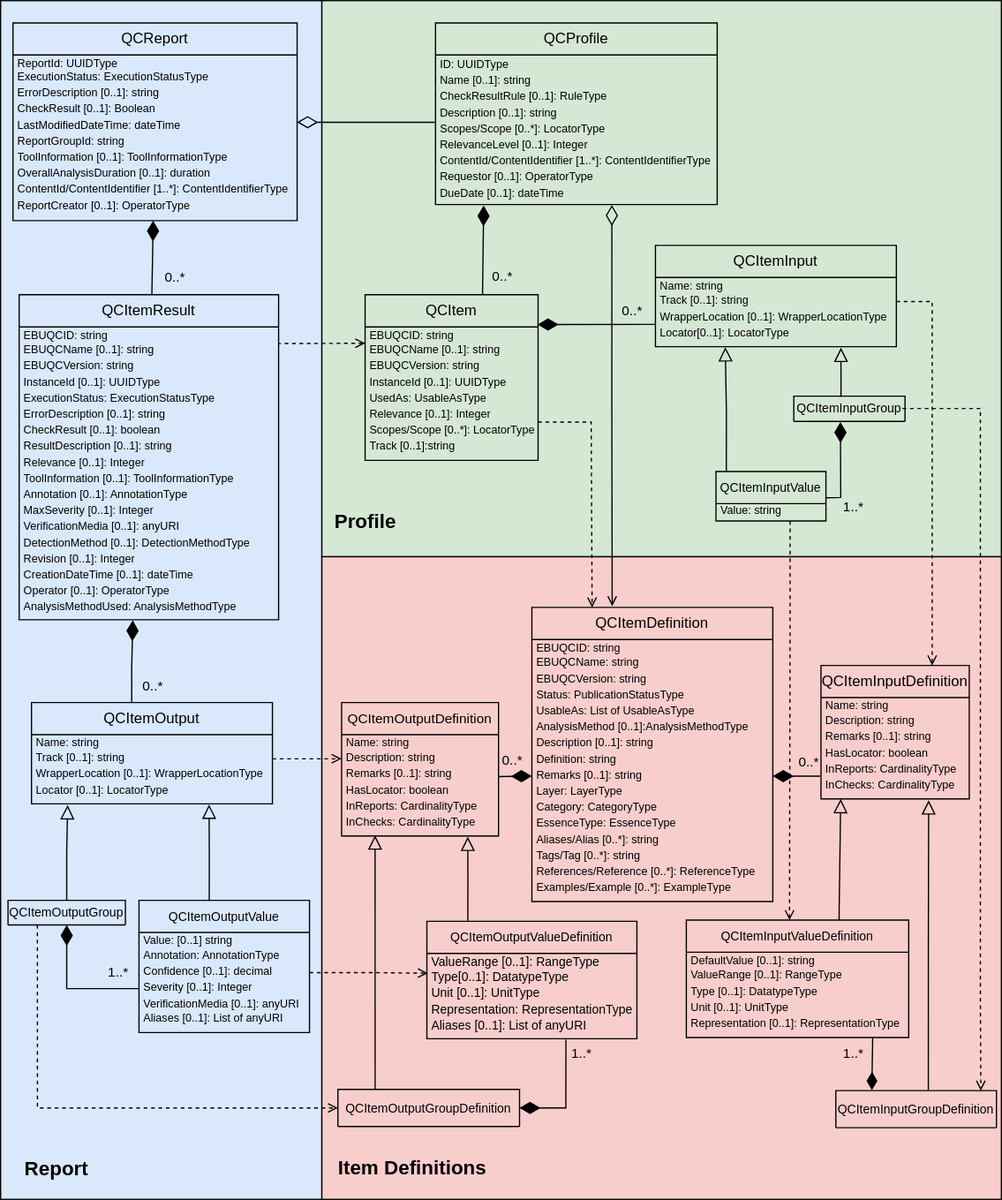
Above: qc-data-model/qc-data-model.uml_diagram.drawio.svg in ebu/qc (draw.io), before the change. Source tidied: cells renumbered, new cells last; positions are measured from the earlier drawing's top-left corner, leaving out a move shared by most shapes.
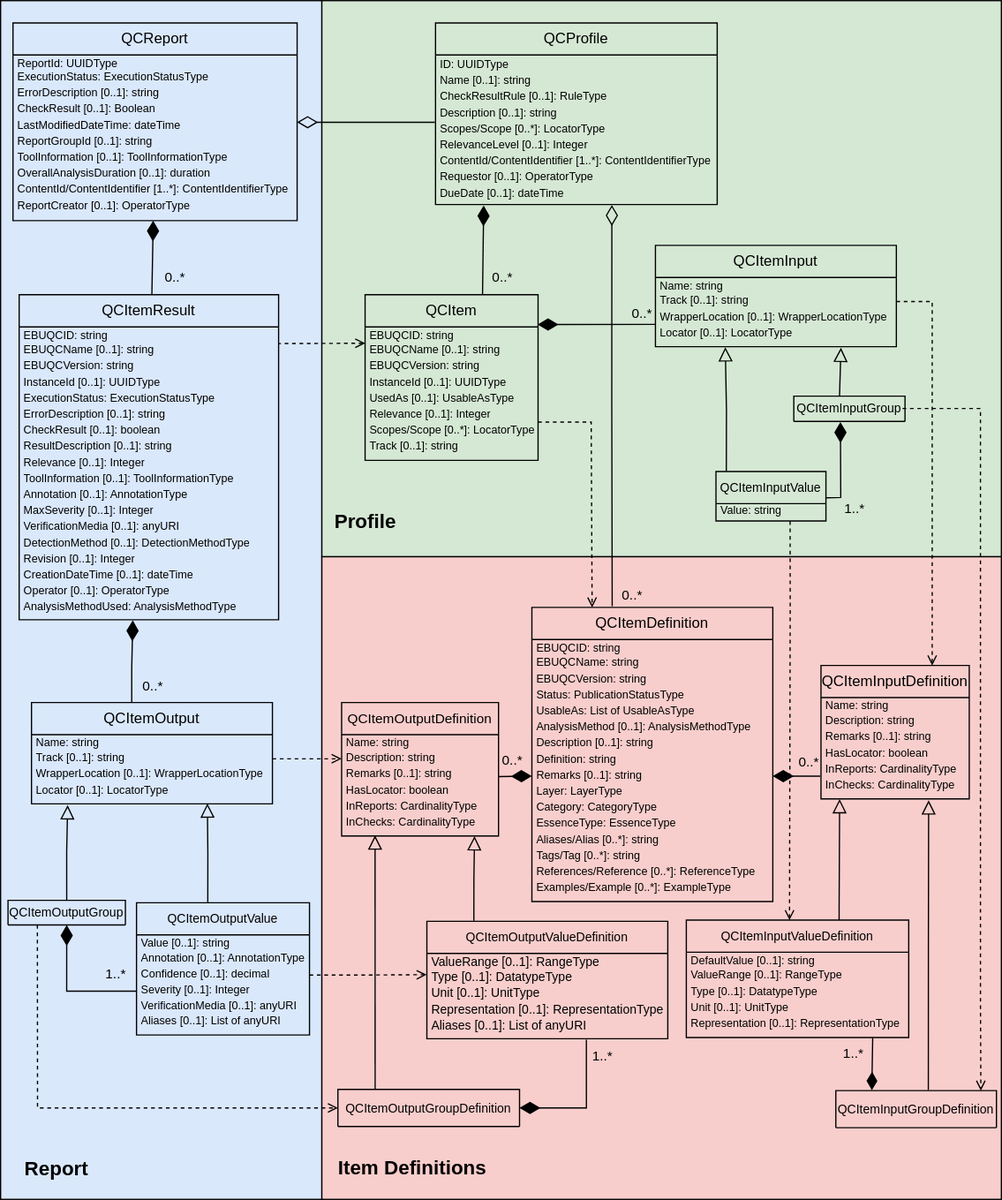
Above is the later version.

Commit message:
Data model: class diagram cardinality fixes & related

* Fix cardinalities in class diagram
* Explain that XML Schema defines simpleTypes beyond those defined in
  docx e.g. EBUQCVersionType

What changed in the source:
```diff
@@ -20,6 +20,9 @@
     <mxCell id="7" value="&lt;font style=&quot;font-size: 16px;&quot;&gt;&lt;b&gt;Profile&lt;/b&gt;&lt;/font&gt;" style="rounded=1;whiteSpace=wrap;html=1;spacing=2;imageWidth=19;strokeColor=none;fillColor=none;" parent="1" vertex="1">
       <mxGeometry x="261" y="406" width="69" height="30" as="geometry" />
     </mxCell>
+    <mxCell id="162" value="&lt;div&gt;0..*&lt;/div&gt;" style="edgeLabel;html=1;align=center;verticalAlign=middle;labelBackgroundColor=none;" parent="1" vertex="1">
+      <mxGeometry x="510" y="480" as="geometry" />
+    </mxCell>
     <mxCell id="8" value="Diagram" parent="0" />
     <mxCell id="9" value="&lt;div style=&quot;&quot;&gt;&lt;font style=&quot;font-size: 12px;&quot;&gt;QCProfile&lt;/font&gt;&lt;/div&gt;" style="swimlane;fontStyle=0;horizontal=1;startSize=26;fillColor=none;whiteSpace=wrap;html=1;fontSize=10;" parent="8" vertex="1">
       <mxGeometry x="352" y="18" width="228" height="147" as="geometry" />
@@ -69,7 +72,7 @@
     <mxCell id="24" value="LastModifiedDateTime: dateTime&lt;div style=&quot;font-size: 9px;&quot;&gt;&lt;br style=&quot;font-size: 9px;&quot;&gt;&lt;/div&gt;" style="text;strokeColor=none;fillColor=none;align=left;verticalAlign=top;spacingLeft=4;spacingRight=4;overflow=hidden;whiteSpace=wrap;html=1;fontSize=9;spacing=0;spacingBottom=0;spacingTop=-5;imageWidth=24;imageHeight=24;arcSize=12;rounded=0;textShadow=0;" parent="19" vertex="1">
       <mxGeometry y="78" width="230" height="13" as="geometry" />
     </mxCell>
-    <mxCell id="25" value="ReportGroupId: string&lt;div style=&quot;font-size: 9px;&quot;&gt;&lt;br style=&quot;font-size: 9px;&quot;&gt;&lt;/div&gt;" style="text;strokeColor=none;fillColor=none;align=left;verticalAlign=top;spacingLeft=4;spacingRight=4;overflow=hidden;whiteSpace=wrap;html=1;fontSize=9;spacing=0;spacingBottom=0;spacingTop=-5;imageWidth=24;imageHeight=24;arcSize=12;rounded=0;textShadow=0;" parent="19" vertex="1">
+    <mxCell id="25" value="ReportGroupId [0..1]: string&lt;div style=&quot;font-size: 9px;&quot;&gt;&lt;br style=&quot;font-size: 9px;&quot;&gt;&lt;/div&gt;" style="text;strokeColor=none;fillColor=none;align=left;verticalAlign=top;spacingLeft=4;spacingRight=4;overflow=hidden;whiteSpace=wrap;html=1;fontSize=9;spacing=0;spacingBottom=0;spacingTop=-5;imageWidth=24;imageHeight=24;arcSize=12;rounded=0;textShadow=0;" parent="19" vertex="1">
       <mxGeometry y="91" width="230" height="13" as="geometry" />
     </mxCell>
     <mxCell id="26" value="ToolInformation [0..1]: ToolInformationType&lt;div style=&quot;font-size: 9px;&quot;&gt;&lt;br style=&quot;font-size: 9px;&quot;&gt;&lt;/div&gt;" style="text;strokeColor=none;fillColor=none;align=left;verticalAlign=top;spacingLeft=4;spacingRight=4;overflow=hidden;whiteSpace=wrap;html=1;fontSize=9;spacing=0;spacingBottom=0;spacingTop=-5;imageWidth=24;imageHeight=24;arcSize=12;rounded=0;textShadow=0;" parent="19" vertex="1">
@@ -99,7 +102,7 @@
     <mxCell id="34" value="InstanceId [0..1]: UUIDType" style="text;strokeColor=none;fillColor=none;align=left;verticalAlign=top;spacingLeft=4;spacingRight=4;overflow=hidden;whiteSpace=wrap;html=1;fontSize=9;spacing=0;spacingTop=-4;" parent="30" vertex="1">
       <mxGeometry y="65" width="140" height="13" as="geometry" />
     </mxCell>
-    <mxCell id="35" value="UsedAs: UsableAsType" style="text;strokeColor=none;fillColor=none;align=left;verticalAlign=top;spacingLeft=4;spacingRight=4;overflow=hidden;whiteSpace=wrap;html=1;fontSize=9;spacing=0;spacingTop=-4;" parent="30" vertex="1">
+    <mxCell id="35" value="UsedAs [0..1]: UsableAsType" style="text;strokeColor=none;fillColor=none;align=left;verticalAlign=top;spacingLeft=4;spacingRight=4;overflow=hidden;whiteSpace=wrap;html=1;fontSize=9;spacing=0;spacingTop=-4;" parent="30" vertex="1">
       <mxGeometry y="78" width="140" height="13" as="geometry" />
     </mxCell>
     <mxCell id="36" value="Relevance [0..1]: Integer" style="text;strokeColor=none;fillColor=none;align=left;verticalAlign=top;spacingLeft=4;spacingRight=4;overflow=hidden;whiteSpace=wrap;html=1;fontSize=9;spacing=0;spacingTop=-4;" parent="30" vertex="1">
@@ -108,7 +111,7 @@
     <mxCell id="37" value="Scopes/Scope [0..*]: LocatorType" style="text;strokeColor=none;fillColor=none;align=left;verticalAlign=top;spacingLeft=4;spacingRight=4;overflow=hidden;whiteSpace=wrap;html=1;fontSize=9;spacing=0;spacingTop=-4;" parent="30" vertex="1">
       <mxGeometry y="104" width="140" height="13" as="geometry" />
     </mxCell>
-    <mxCell id="38" value="Track [0..1]:string" style="text;strokeColor=none;fillColor=none;align=left;verticalAlign=top;spacingLeft=4;spacingRight=4;overflow=hidden;whiteSpace=wrap;html=1;fontSize=9;spacing=0;spacingTop=-4;" parent="30" vertex="1">
+    <mxCell id="38" value="Track [0..1]: string" style="text;strokeColor=none;fillColor=none;align=left;verticalAlign=top;spacingLeft=4;spacingRight=4;overflow=hidden;whiteSpace=wrap;html=1;fontSize=9;spacing=0;spacingTop=-4;" parent="30" vertex="1">
       <mxGeometry y="117" width="140" height="17" as="geometry" />
     </mxCell>
     <mxCell id="39" style="endArrow=diamondThin;endFill=1;endSize=14;html=1;rounded=0;exitX=0.679;exitY=-0.002;exitDx=0;exitDy=0;orthogonal=1;exitPerimeter=0;entryX=0.171;entryY=1.043;entryDx=0;entryDy=0;entryPerimeter=0;" parent="8" edge="1" source="30" target="18">
@@ -131,7 +134,7 @@
     <mxCell id="44" value="WrapperLocation [0..1]: WrapperLocationType" style="text;strokeColor=none;fillColor=none;align=left;verticalAlign=top;spacingLeft=4;spacingRight=4;overflow=hidden;points=[[0,0.5],[1,0.5]];portConstraint=eastwest;whiteSpace=wrap;html=1;fontSize=9;spacing=0;spacingTop=-4;" parent="41" vertex="1">
       <mxGeometry y="52" width="195" height="13" as="geometry" />
     </mxCell>
-    <mxCell id="45" value="Locator[0..1]: LocatorType" style="text;strokeColor=none;fillColor=none;align=left;verticalAlign=top;spacingLeft=4;spacingRight=4;overflow=hidden;whiteSpace=wrap;html=1;fontSize=9;spacing=0;spacingTop=-4;" parent="41" vertex="1">
+    <mxCell id="45" value="Locator [0..1]: LocatorType" style="text;strokeColor=none;fillColor=none;align=left;verticalAlign=top;spacingLeft=4;spacingRight=4;overflow=hidden;whiteSpace=wrap;html=1;fontSize=9;spacing=0;spacingTop=-4;" parent="41" vertex="1">
       <mxGeometry y="65" width="195" height="17" as="geometry" />
     </mxCell>
     <mxCell id="46" style="endArrow=diamondThin;endFill=1;endSize=14;html=1;rounded=0;exitX=0;exitY=0.922;exitDx=0;exitDy=0;exitPerimeter=0;entryX=0.997;entryY=0.18;entryDx=0;entryDy=0;entryPerimeter=0;" parent="8" edge="1" source="44" target="30">
@@ -139,7 +142,7 @@
     </mxCell>
     <mxCell id="47" value="&lt;div&gt;0..*&lt;/div&gt;" style="edgeLabel;html=1;align=center;verticalAlign=middle;labelBackgroundColor=none;" parent="46" vertex="1">
       <mxGeometry x="-0.76" y="-1" relative="1" as="geometry">
-        <mxPoint x="-7" y="-11" as="offset" />
+        <mxPoint y="-9" as="offset" />
       </mxGeometry>
     </mxCell>
     <mxCell id="48" value="QCItemResult" style="swimlane;fontStyle=0;horizontal=1;startSize=26;fillColor=none;whiteSpace=wrap;html=1;" parent="8" vertex="1">
@@ -261,7 +264,7 @@
     <mxCell id="85" value="UsableAs: List of UsableAsType" style="text;strokeColor=none;fillColor=none;align=left;verticalAlign=top;spacingLeft=4;spacingRight=4;overflow=hidden;whiteSpace=wrap;html=1;fontSize=9;spacing=0;spacingTop=-4;" parent="80" vertex="1">
       <mxGeometry y="78" width="195" height="13" as="geometry" />
     </mxCell>
-    <mxCell id="86" value="&lt;font style=&quot;font-size: 9px;&quot;&gt;AnalysisMethod [0..1]:AnalysisMethodType&lt;/font&gt;" style="text;strokeColor=none;fillColor=none;align=left;verticalAlign=top;spacingLeft=4;spacingRight=4;overflow=hidden;whiteSpace=wrap;html=1;fontSize=9;spacing=0;spacingTop=-4;" parent="80" vertex="1">
+    <mxCell id="86" value="&lt;font style=&quot;font-size: 9px;&quot;&gt;AnalysisMethod [0..1]: AnalysisMethodType&lt;/font&gt;" style="text;strokeColor=none;fillColor=none;align=left;verticalAlign=top;spacingLeft=4;spacingRight=4;overflow=hidden;whiteSpace=wrap;html=1;fontSize=9;spacing=0;spacingTop=-4;" parent="80" vertex="1">
       <mxGeometry y="91" width="195" height="13" as="geometry" />
     </mxCell>
     <mxCell id="87" value="Description [0..1]: string" style="text;strokeColor=none;fillColor=none;align=left;verticalAlign=top;spacingLeft=4;spacingRight=4;overflow=hidden;whiteSpace=wrap;html=1;fontSize=9;spacing=0;spacingTop=-4;" parent="80" vertex="1">
@@ -309,25 +312,25 @@
       <mxGeometry x="6" y="728" width="95" height="20" as="geometry" />
     </mxCell>
     <mxCell id="100" value="&lt;font style=&quot;font-size: 10px;&quot;&gt;QCItemOutputValue&lt;/font&gt;" style="swimlane;fontStyle=0;horizontal=1;startSize=26;fillColor=none;whiteSpace=wrap;html=1;" parent="8" vertex="1">
-      <mxGeometry x="112" y="728" width="138" height="107" as="geometry" />
+      <mxGeometry x="110" y="730" width="140" height="107" as="geometry" />
     </mxCell>
-    <mxCell id="101" value="Value: [0..1] string" style="text;strokeColor=none;fillColor=none;align=left;verticalAlign=top;spacingLeft=4;spacingRight=4;overflow=hidden;whiteSpace=wrap;html=1;fontSize=9;spacingTop=-3;spacing=0;" parent="100" vertex="1">
-      <mxGeometry y="26" width="138" height="13" as="geometry" />
+    <mxCell id="101" value="Value [0..1]: string" style="text;strokeColor=none;fillColor=none;align=left;verticalAlign=top;spacingLeft=4;spacingRight=4;overflow=hidden;whiteSpace=wrap;html=1;fontSize=9;spacingTop=-3;spacing=0;" parent="100" vertex="1">
+      <mxGeometry y="26" width="140" height="13" as="geometry" />
     </mxCell>
-    <mxCell id="102" value="Annotation: AnnotationType" style="text;strokeColor=none;fillColor=none;align=left;verticalAlign=top;spacingLeft=4;spacingRight=4;overflow=hidden;whiteSpace=wrap;html=1;fontSize=9;spacingTop=-4;spacing=0;" parent="100" vertex="1">
-      <mxGeometry y="39" width="138" height="13" as="geometry" />
+    <mxCell id="102" value="Annotation [0..1]: AnnotationType" style="text;strokeColor=none;fillColor=none;align=left;verticalAlign=top;spacingLeft=4;spacingRight=4;overflow=hidden;whiteSpace=wrap;html=1;fontSize=9;spacingTop=-4;spacing=0;" parent="100" vertex="1">
+      <mxGeometry y="39" width="140" height="13" as="geometry" />
     </mxCell>
     <mxCell id="103" value="Confidence [0..1]: decimal" style="text;strokeColor=none;fillColor=none;align=left;verticalAlign=top;spacingLeft=4;spacingRight=4;overflow=hidden;points=[[0,0.5],[1,0.5]];portConstraint=eastwest;whiteSpace=wrap;html=1;fontSize=9;spacingTop=-4;spacing=0;" parent="100" vertex="1">
-      <mxGeometry y="52" width="138" height="13" as="geometry" />
+      <mxGeometry y="52" width="140" height="13" as="geometry" />
     </mxCell>
     <mxCell id="104" value="Severity [0..1]: Integer" style="text;strokeColor=none;fillColor=none;align=left;verticalAlign=top;spacingLeft=4;spacingRight=4;overflow=hidden;points=[[0,0.5],[1,0.5]];portConstraint=eastwest;whiteSpace=wrap;html=1;fontSize=9;spacingTop=-4;spacing=0;" parent="100" vertex="1">
-      <mxGeometry y="65" width="138" height="13" as="geometry" />
+      <mxGeometry y="65" width="140" height="13" as="geometry" />
     </mxCell>
     <mxCell id="105" value="VerificationMedia [0..1]: anyURI" style="text;strokeColor=none;fillColor=none;align=left;verticalAlign=top;spacingLeft=4;spacingRight=4;overflow=hidden;whiteSpace=wrap;html=1;fontSize=9;spacingTop=-4;spacing=0;" parent="100" vertex="1">
-      <mxGeometry y="78" width="138" height="12" as="geometry" />
+      <mxGeometry y="78" width="140" height="12" as="geometry" />
     </mxCell>
     <mxCell id="106" value="Aliases [0..1]: List of anyURI" style="text;strokeColor=none;fillColor=none;align=left;verticalAlign=top;spacingLeft=4;spacingRight=4;overflow=hidden;whiteSpace=wrap;html=1;fontSize=9;spacingTop=-4;spacing=0;" parent="100" vertex="1">
-      <mxGeometry y="90" width="138" height="17" as="geometry" />
+      <mxGeometry y="90" width="140" height="17" as="geometry" />
     </mxCell>
     <mxCell id="107" style="edgeStyle=orthogonalEdgeStyle;rounded=0;jettySize=auto;html=1;exitX=0.5;exitY=0;exitDx=0;exitDy=0;entryX=0.15;entryY=1.059;entryDx=0;entryDy=0;entryPerimeter=0;endArrow=block;endFill=0;endSize=9;" parent="8" edge="1" source="99" target="73">
       <mxGeometry relative="1" as="geometry" />
@@ -407,22 +410,22 @@
       <mxGeometry x="273" y="881" width="147" height="30" as="geometry" />
     </mxCell>
     <mxCell id="132" value="&lt;font style=&quot;font-size: 10px;&quot; face=&quot;Helvetica&quot;&gt;QCItemOutputValueDefinition&lt;/font&gt;" style="swimlane;fontStyle=0;horizontal=1;startSize=26;fillColor=none;whiteSpace=wrap;html=1;" parent="8" vertex="1">
-      <mxGeometry x="345" y="745" width="170" height="95" as="geometry" />
+      <mxGeometry x="345" y="745" width="195" height="95" as="geometry" />
     </mxCell>
     <mxCell id="133" value="ValueRange [0..1]: RangeType" style="text;strokeColor=none;fillColor=none;align=left;verticalAlign=top;spacingLeft=4;spacingRight=4;overflow=hidden;whiteSpace=wrap;html=1;fontSize=10;spacingTop=-3;spacing=0;" parent="132" vertex="1">
-      <mxGeometry y="26" width="170" height="13" as="geometry" />
+      <mxGeometry y="26" width="195" height="13" as="geometry" />
     </mxCell>
-    <mxCell id="134" value="Type[0..1]: DatatypeType" style="text;strokeColor=none;fillColor=none;align=left;verticalAlign=top;spacingLeft=4;spacingRight=4;overflow=hidden;points=[[0,0.5],[1,0.5]];portConstraint=eastwest;whiteSpace=wrap;html=1;fontSize=10;spacingTop=-4;spacing=0;" parent="132" vertex="1">
-      <mxGeometry y="39" width="170" height="13" as="geometry" />
+    <mxCell id="134" value="Type [0..1]: DatatypeType" style="text;strokeColor=none;fillColor=none;align=left;verticalAlign=top;spacingLeft=4;spacingRight=4;overflow=hidden;points=[[0,0.5],[1,0.5]];portConstraint=eastwest;whiteSpace=wrap;html=1;fontSize=10;spacingTop=-4;spacing=0;" parent="132" vertex="1">
+      <mxGeometry y="39" width="195" height="13" as="geometry" />
     </mxCell>
     <mxCell id="135" value="Unit [0..1]: UnitType" style="text;strokeColor=none;fillColor=none;align=left;verticalAlign=top;spacingLeft=4;spacingRight=4;overflow=hidden;whiteSpace=wrap;html=1;fontSize=10;spacingTop=-4;spacing=0;" parent="132" vertex="1">
-      <mxGeometry y="52" width="170" height="13" as="geometry" />
+      <mxGeometry y="52" width="195" height="13" as="geometry" />
     </mxCell>
-    <mxCell id="136" value="Representation: RepresentationType" style="text;strokeColor=none;fillColor=none;align=left;verticalAlign=top;spacingLeft=4;spacingRight=4;overflow=hidden;whiteSpace=wrap;html=1;fontSize=10;spacingTop=-4;spacing=0;" parent="132" vertex="1">
-      <mxGeometry y="65" width="170" height="13" as="geometry" />
+    <mxCell id="136" value="Representation [0..1]: RepresentationType" style="text;strokeColor=none;fillColor=none;align=left;verticalAlign=top;spacingLeft=4;spacingRight=4;overflow=hidden;whiteSpace=wrap;html=1;fontSize=10;spacingTop=-4;spacing=0;" parent="132" vertex="1">
+      <mxGeometry y="65" width="195" height="13" as="geometry" />
     </mxCell>
     <mxCell id="137" value="Aliases [0..1]: List of anyURI" style="text;strokeColor=none;fillColor=none;align=left;verticalAlign=top;spacingLeft=4;spacingRight=4;overflow=hidden;points=[[0,0.5],[1,0.5]];portConstraint=eastwest;whiteSpace=wrap;html=1;fontSize=10;spacingTop=-4;spacing=0;" parent="132" vertex="1">
-      <mxGeometry y="78" width="170" height="17" as="geometry" />
+      <mxGeometry y="78" width="195" height="17" as="geometry" />
     </mxCell>
     <mxCell id="138" style="edgeStyle=orthogonalEdgeStyle;rounded=0;jettySize=auto;html=1;exitX=1;exitY=0.5;exitDx=0;exitDy=0;entryX=0;entryY=0.5;entryDx=0;entryDy=0;dashed=1;endSize=6;endArrow=open;endFill=0;" parent="8" edge="1" source="71" target="126">
       <mxGeometry relative="1" as="geometry" />
@@ -435,7 +438,7 @@
         <mxPoint x="2" y="-12" as="offset" />
       </mxGeometry>
     </mxCell>
-    <mxCell id="141" style="edgeStyle=orthogonalEdgeStyle;rounded=0;jettySize=auto;html=1;exitX=0.195;exitY=-0.004;exitDx=0;exitDy=0;entryX=0.804;entryY=1.032;entryDx=0;entryDy=0;entryPerimeter=0;endArrow=block;endFill=0;endSize=9;exitPerimeter=0;" parent="8" edge="1" source="132" target="130">
+    <mxCell id="141" style="edgeStyle=orthogonalEdgeStyle;rounded=0;jettySize=auto;html=1;exitX=0.195;exitY=-0.004;exitDx=0;exitDy=0;entryX=0.847;entryY=1.006;entryDx=0;entryDy=0;entryPerimeter=0;endArrow=block;endFill=0;endSize=9;exitPerimeter=0;" parent="8" edge="1" source="132" target="130">
       <mxGeometry relative="1" as="geometry" />
     </mxCell>
     <mxCell id="142" style="edgeStyle=orthogonalEdgeStyle;rounded=0;jettySize=auto;html=1;exitX=0.205;exitY=-0.002;exitDx=0;exitDy=0;entryX=0.213;entryY=0.967;entryDx=0;entryDy=0;entryPerimeter=0;endArrow=block;endFill=0;endSize=9;exitPerimeter=0;" parent="8" edge="1" source="131" target="130">
@@ -462,7 +465,7 @@
         <mxPoint x="-6" y="-15" as="offset" />
       </mxGeometry>
     </mxCell>
-    <mxCell id="148" style="edgeStyle=orthogonalEdgeStyle;rounded=0;jettySize=auto;html=1;exitX=0.412;exitY=0.005;exitDx=0;exitDy=0;entryX=0.737;entryY=1.034;entryDx=0;entryDy=0;entryPerimeter=0;endArrow=block;endFill=0;endSize=9;exitPerimeter=0;" parent="8" edge="1" source="100" target="73">
+    <mxCell id="148" style="edgeStyle=orthogonalEdgeStyle;rounded=0;jettySize=auto;html=1;exitX=0.412;exitY=0.005;exitDx=0;exitDy=0;endArrow=block;endFill=0;endSize=9;exitPerimeter=0;entryX=0.73;entryY=0.98;entryDx=0;entryDy=0;entryPerimeter=0;" parent="8" edge="1" source="100" target="73">
       <mxGeometry relative="1" as="geometry" />
     </mxCell>
     <mxCell id="149" style="edgeStyle=orthogonalEdgeStyle;rounded=0;jettySize=auto;html=1;exitX=1;exitY=0.5;exitDx=0;exitDy=0;entryX=0.75;entryY=0;entryDx=0;entryDy=0;dashed=1;endSize=6;endArrow=open;endFill=0;" parent="8" edge="1" source="43" target="108">
@@ -487,7 +490,7 @@
         <mxPoint x="12" y="3" as="offset" />
       </mxGeometry>
     </mxCell>
-    <mxCell id="155" style="edgeStyle=orthogonalEdgeStyle;rounded=0;jettySize=auto;html=1;exitX=1;exitY=0.5;exitDx=0;exitDy=0;entryX=0.005;entryY=0.231;entryDx=0;entryDy=0;entryPerimeter=0;dashed=1;endArrow=open;endFill=0;" parent="8" edge="1" source="103" target="134">
+    <mxCell id="155" style="edgeStyle=orthogonalEdgeStyle;rounded=0;jettySize=auto;html=1;exitX=1;exitY=0.5;exitDx=0;exitDy=0;entryX=-0.001;entryY=0.324;entryDx=0;entryDy=0;entryPerimeter=0;dashed=1;endArrow=open;endFill=0;" parent="8" edge="1" source="103" target="134">
       <mxGeometry relative="1" as="geometry" />
     </mxCell>
     <mxCell id="156" style="edgeStyle=orthogonalEdgeStyle;rounded=0;jettySize=auto;html=1;dashed=1;endSize=6;endArrow=open;endFill=0;entryX=0.903;entryY=0.003;entryDx=0;entryDy=0;entryPerimeter=0;" parent="8" edge="1" target="115">
@@ -519,7 +522,7 @@
         </Array>
       </mxGeometry>
     </mxCell>
-    <mxCell id="160" style="endArrow=open;html=1;endSize=6;startArrow=diamondThin;startSize=14;startFill=0;edgeStyle=orthogonalEdgeStyle;align=left;verticalAlign=bottom;rounded=0;fontSize=14;exitX=0.626;exitY=1.02;exitDx=0;exitDy=0;exitPerimeter=0;" parent="8" edge="1" source="18">
+    <mxCell id="160" style="endArrow=none;html=1;endSize=6;startArrow=diamondThin;startSize=14;startFill=0;edgeStyle=orthogonalEdgeStyle;align=left;verticalAlign=bottom;rounded=0;fontSize=14;exitX=0.626;exitY=1.02;exitDx=0;exitDy=0;exitPerimeter=0;endFill=0;" parent="8" edge="1" source="18">
       <mxGeometry relative="1" as="geometry">
         <mxPoint x="495" y="490" as="targetPoint" />
       </mxGeometry>
```
